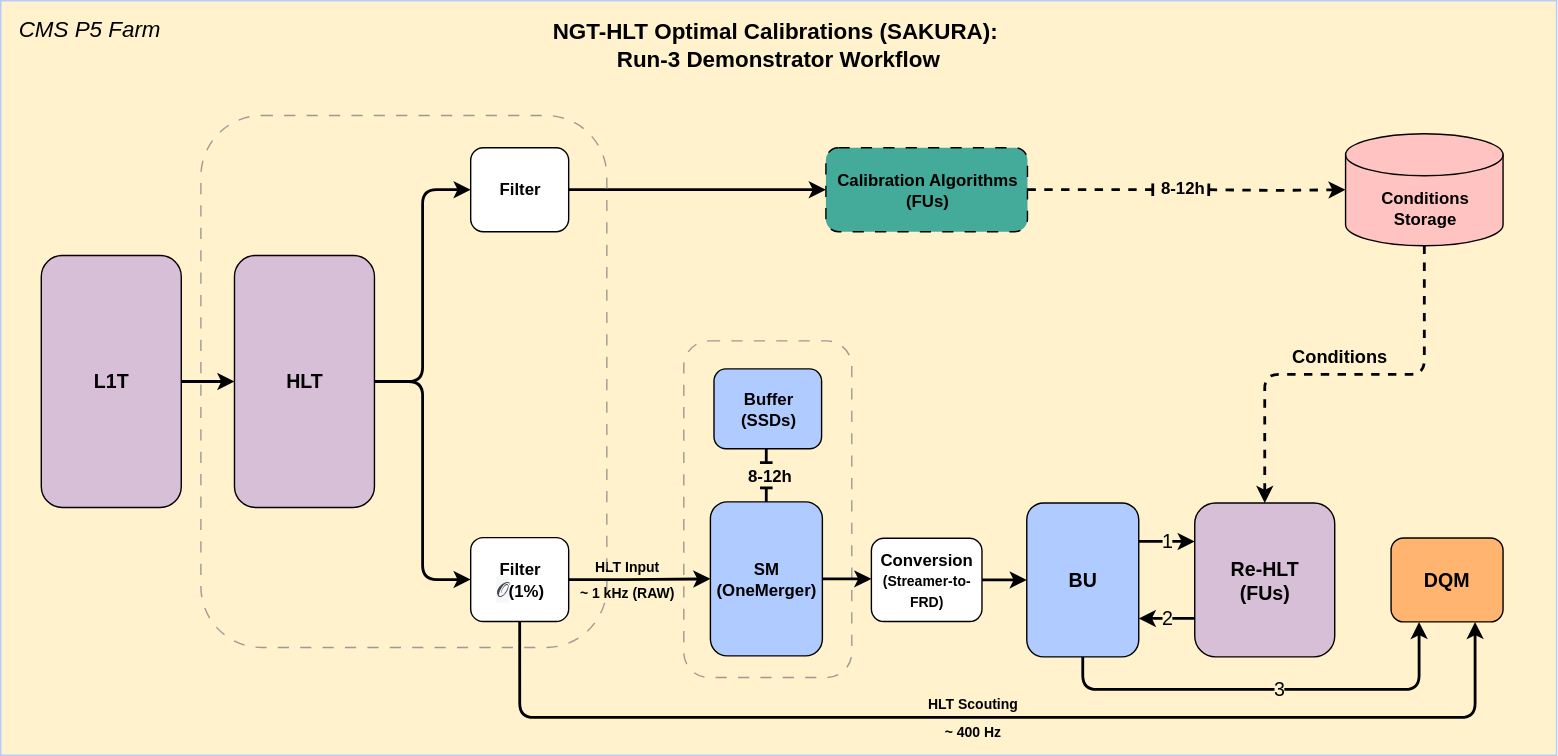
Before: images/NGT_OptimalCalibrations-SAKURA_HLTTestStand-Demonstrator_Workflow.svg, a diagram exported from draw.io (cms-ngt-hlt/sakura). Source tidied: cells renumbered, new cells last; positions are measured from the earlier drawing's top-left corner, leaving out a move shared by most shapes.
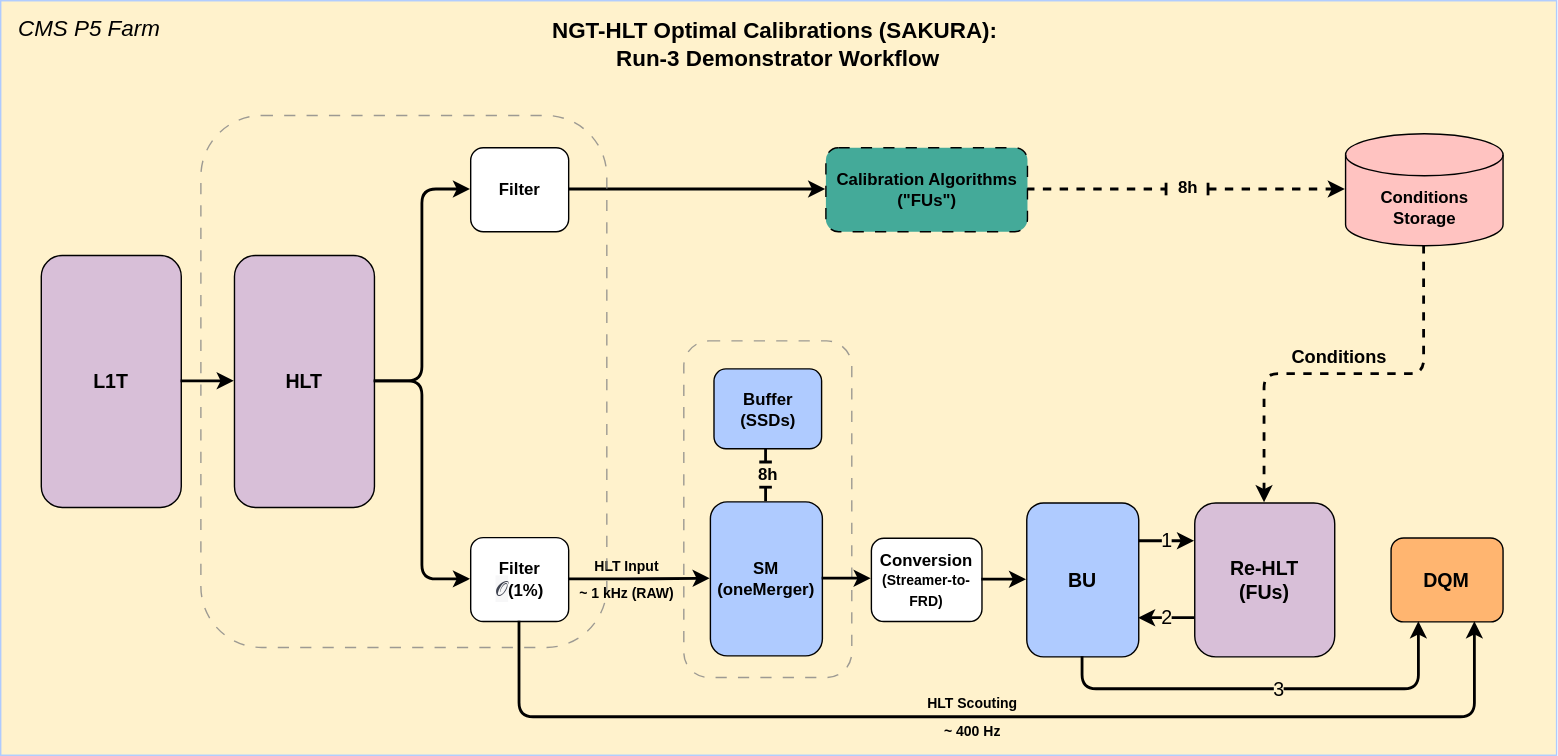
After the commit.

Change to the diagram source:
```diff
@@ -8,12 +8,13 @@
     <mxCell id="3" value="&lt;div&gt;&lt;b style=&quot;&quot;&gt;&lt;font style=&quot;font-size: 14px;&quot;&gt;Re-HLT&lt;/font&gt;&lt;/b&gt;&lt;/div&gt;&lt;b style=&quot;&quot;&gt;&lt;font style=&quot;font-size: 14px;&quot;&gt;(FUs)&lt;/font&gt;&lt;/b&gt;" style="rounded=1;whiteSpace=wrap;html=1;rotation=0;fillColor=#D8BFD8;fontColor=default;strokeColor=default;" parent="1" vertex="1">
       <mxGeometry x="853" y="358.8" width="100" height="110" as="geometry" />
     </mxCell>
-    <mxCell id="4" style="edgeStyle=orthogonalEdgeStyle;rounded=0;jettySize=auto;html=1;exitX=1;exitY=0.5;exitDx=0;exitDy=0;strokeWidth=2;strokeColor=default;endArrow=baseDash;endFill=0;dashed=1;" parent="1" edge="1" source="5">
+    <mxCell id="4" style="edgeStyle=orthogonalEdgeStyle;rounded=0;orthogonalLoop=1;jettySize=auto;html=1;exitX=1;exitY=0.5;exitDx=0;exitDy=0;strokeWidth=2;strokeColor=default;endArrow=baseDash;endFill=0;dashed=1;" parent="1" edge="1">
       <mxGeometry relative="1" as="geometry">
-        <mxPoint x="823" y="135" as="targetPoint" />
+        <mxPoint x="733" y="135" as="sourcePoint" />
+        <mxPoint x="833" y="135" as="targetPoint" />
       </mxGeometry>
     </mxCell>
-    <mxCell id="5" value="&lt;b&gt;&lt;font&gt;Calibration Algorithms&lt;/font&gt;&lt;/b&gt;&lt;div&gt;&lt;b&gt;&lt;font&gt;(FUs)&lt;/font&gt;&lt;/b&gt;&lt;/div&gt;" style="rounded=1;whiteSpace=wrap;html=1;rotation=0;fillColor=#44AA99;strokeColor=default;dashed=1;dashPattern=8 8;fontColor=default;" parent="1" vertex="1">
+    <mxCell id="5" value="&lt;b&gt;&lt;font&gt;Calibration Algorithms&lt;/font&gt;&lt;/b&gt;&lt;div&gt;&lt;b&gt;&lt;font&gt;(&quot;FUs&quot;)&lt;/font&gt;&lt;/b&gt;&lt;/div&gt;" style="rounded=1;whiteSpace=wrap;html=1;rotation=0;fillColor=#44AA99;strokeColor=default;dashed=1;dashPattern=8 8;fontColor=default;" parent="1" vertex="1">
       <mxGeometry x="589.5" y="105" width="144" height="60" as="geometry" />
     </mxCell>
     <mxCell id="6" style="edgeStyle=orthogonalEdgeStyle;rounded=1;jettySize=auto;html=1;exitX=0.5;exitY=1;exitDx=0;exitDy=0;exitPerimeter=0;strokeColor=default;strokeWidth=2;dashed=1;curved=0;entryX=0.5;entryY=0;entryDx=0;entryDy=0;" parent="1" edge="1" source="9" target="3">
@@ -33,8 +34,8 @@
     <mxCell id="10" value="&lt;b&gt;&lt;font style=&quot;font-size: 14px;&quot;&gt;DQM&lt;/font&gt;&lt;/b&gt;" style="rounded=1;whiteSpace=wrap;html=1;rotation=0;fillColor=#FFB570;fontColor=#000000;strokeColor=#000000;" parent="1" vertex="1">
       <mxGeometry x="993.2" y="383.8" width="80" height="60" as="geometry" />
     </mxCell>
-    <mxCell id="11" value="&lt;font style=&quot;font-size: 12px;&quot;&gt;&lt;b style=&quot;font-size: 12px;&quot;&gt;8-12h&lt;/b&gt;&lt;/font&gt;" style="edgeLabel;html=1;align=center;verticalAlign=middle;labelBackgroundColor=none;fontColor=default;fontSize=12;spacingTop=-25;" parent="1" vertex="1">
-      <mxGeometry x="876" y="142" as="geometry">
+    <mxCell id="11" value="&lt;font style=&quot;font-size: 12px;&quot;&gt;&lt;b style=&quot;font-size: 12px;&quot;&gt;8h&lt;/b&gt;&lt;/font&gt;" style="edgeLabel;html=1;align=center;verticalAlign=middle;labelBackgroundColor=none;fontColor=default;fontSize=12;spacingTop=-25;" parent="1" vertex="1">
+      <mxGeometry x="880" y="142" as="geometry">
         <mxPoint x="-33" y="4" as="offset" />
       </mxGeometry>
     </mxCell>
@@ -110,8 +111,8 @@
     <mxCell id="32" value="&lt;b&gt;Buffer&lt;/b&gt;&lt;div&gt;&lt;b&gt;(SSDs)&lt;/b&gt;&lt;/div&gt;" style="rounded=1;whiteSpace=wrap;html=1;rotation=0;fillColor=#AFCBFF;fontColor=default;strokeColor=default;" parent="30" vertex="1">
       <mxGeometry x="21.6" y="20" width="76.9" height="57" as="geometry" />
     </mxCell>
-    <mxCell id="33" value="&lt;font style=&quot;font-size: 12px;&quot;&gt;&lt;b style=&quot;font-size: 12px;&quot;&gt;8-12h&lt;/b&gt;&lt;/font&gt;" style="edgeLabel;html=1;align=center;verticalAlign=middle;labelBackgroundColor=none;fontColor=default;fontSize=12;spacingTop=-25;rotation=0;" parent="30" vertex="1">
-      <mxGeometry x="60" y="109" as="geometry">
+    <mxCell id="33" value="&lt;font style=&quot;font-size: 12px;&quot;&gt;&lt;b style=&quot;font-size: 12px;&quot;&gt;8h&lt;/b&gt;&lt;/font&gt;" style="edgeLabel;html=1;align=center;verticalAlign=middle;labelBackgroundColor=none;fontColor=default;fontSize=12;spacingTop=-25;rotation=0;" parent="30" vertex="1">
+      <mxGeometry x="59" y="108" as="geometry">
         <mxPoint x="1" as="offset" />
       </mxGeometry>
     </mxCell>
@@ -134,7 +135,7 @@
         </Array>
       </mxGeometry>
     </mxCell>
-    <mxCell id="36" value="&lt;div&gt;&lt;b style=&quot;background-color: transparent; color: light-dark(rgb(0, 0, 0), rgb(255, 255, 255));&quot;&gt;&lt;font&gt;SM&lt;/font&gt;&lt;/b&gt;&lt;/div&gt;&lt;div&gt;&lt;b style=&quot;background-color: transparent; color: light-dark(rgb(0, 0, 0), rgb(255, 255, 255));&quot;&gt;&lt;font&gt;(OneMerger)&lt;/font&gt;&lt;/b&gt;&lt;/div&gt;" style="rounded=1;whiteSpace=wrap;html=1;rotation=0;fillColor=#AFCBFF;strokeColor=default;" parent="30" vertex="1">
+    <mxCell id="36" value="&lt;div&gt;&lt;b style=&quot;background-color: transparent; color: light-dark(rgb(0, 0, 0), rgb(255, 255, 255));&quot;&gt;&lt;font&gt;SM&lt;/font&gt;&lt;/b&gt;&lt;/div&gt;&lt;div&gt;&lt;b style=&quot;background-color: transparent; color: light-dark(rgb(0, 0, 0), rgb(255, 255, 255));&quot;&gt;&lt;font&gt;(oneMerger)&lt;/font&gt;&lt;/b&gt;&lt;/div&gt;" style="rounded=1;whiteSpace=wrap;html=1;rotation=0;fillColor=#AFCBFF;strokeColor=default;" parent="30" vertex="1">
       <mxGeometry x="19" y="115" width="80" height="110" as="geometry" />
     </mxCell>
     <mxCell id="37" style="edgeStyle=orthogonalEdgeStyle;rounded=1;jettySize=auto;html=1;strokeColor=default;strokeWidth=2;curved=0;endArrow=classic;endFill=1;spacingTop=0;entryX=0;entryY=0.5;entryDx=0;entryDy=0;exitX=1;exitY=0.5;exitDx=0;exitDy=0;" parent="1" edge="1" source="36" target="26">
```
